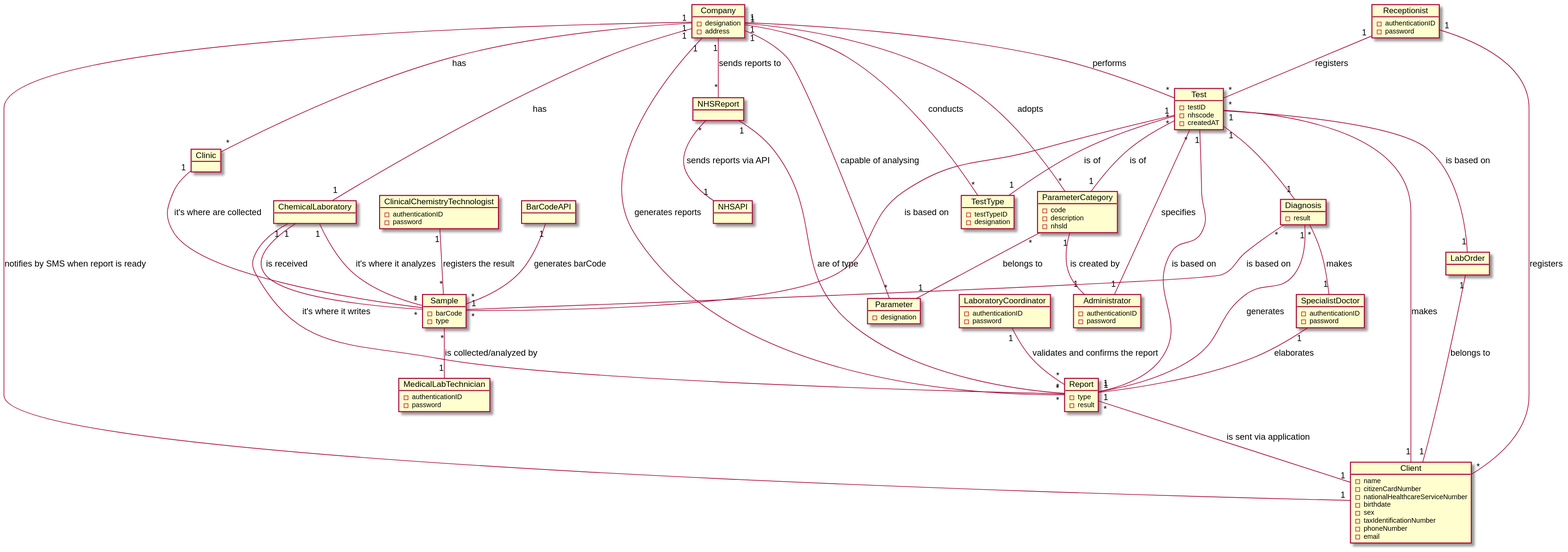
Earlier version of the PlantUML export docs/SprintB/domainModel.svg (jsmarques98/LAPR2-ISEP).
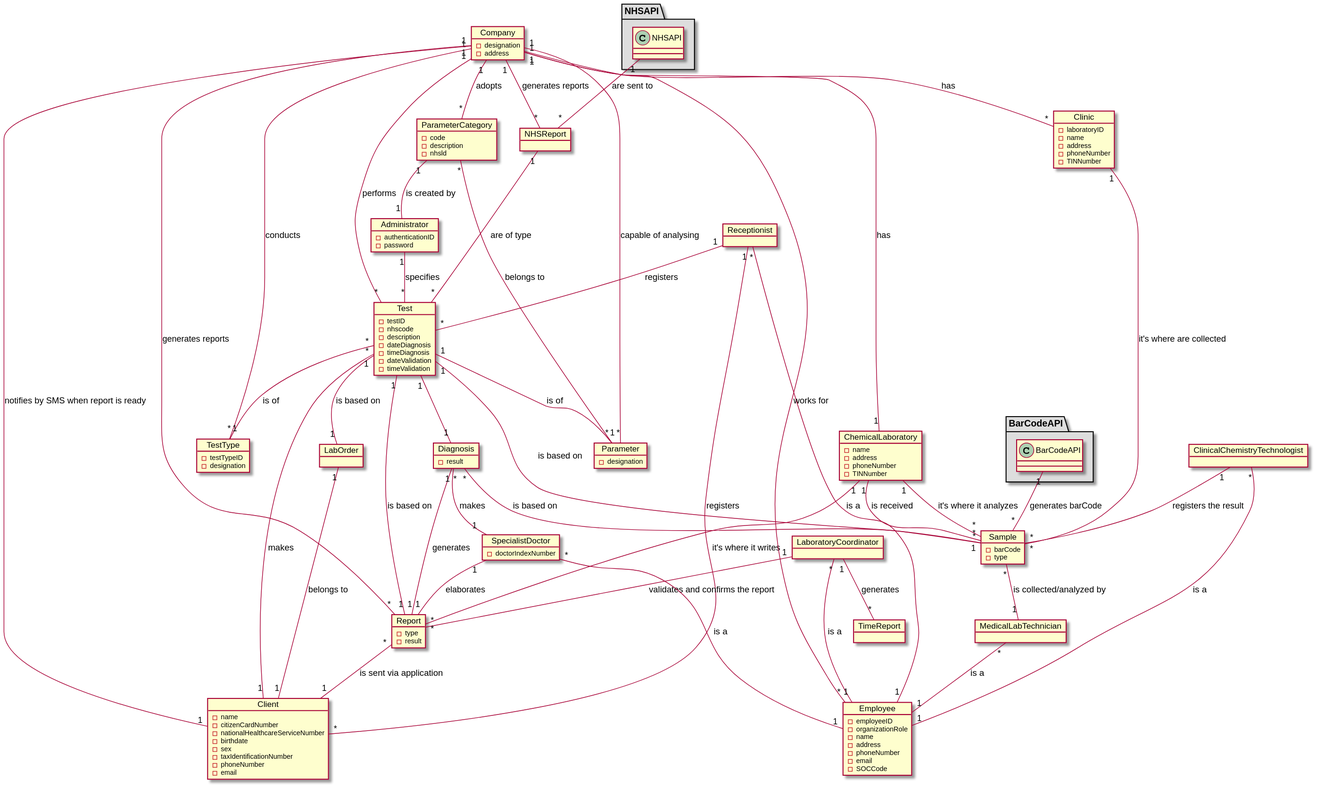
Above is the later version.

Commit message:
Sprint B review of Domain Model

Change to the diagram source:
```diff
@@ -11,11 +11,20 @@
 object Test{
 -testID
 -nhscode
--createdAT
+-description
+-dateDiagnosis
+-timeDiagnosis
+-dateValidation
+-timeValidation
 }
 
 
 object Clinic{
+-laboratoryID
+-name
+-address
+-phoneNumber
+-TINNumber
 }
 
 object Parameter{
@@ -48,20 +57,26 @@
 -result
 }
 
-object MedicalLabTechnician{
--authenticationID
--password
+
+object Employee{
+-employeeID
+-organizationRole
+-name
+-address
+-phoneNumber
+-email
+-SOCCode
 
 }
 
+object MedicalLabTechnician{
+}
+
 object SpecialistDoctor{
--authenticationID
--password
+-doctorIndexNumber
 }
 
 object LaboratoryCoordinator{
--authenticationID
--password
 
 }
 
@@ -77,17 +92,17 @@
 }
 
 object Receptionist{
--authenticationID
--password
 }
 
 object ClinicalChemistryTechnologist{
--authenticationID
--password
 
 }
 
 object ChemicalLaboratory{
+-name
+-address
+-phoneNumber
+-TINNumber
 }
 
 object TestType{
@@ -98,10 +113,15 @@
 object NHSReport{
 }
 
+
 object BarCodeAPI{
 }
 
+
 object NHSAPI{
+}
+
+object TimeReport{
 }
 
 Company "1" -- "*" TestType : conducts
@@ -116,7 +136,7 @@
 ParameterCategory "1" -- "1" Administrator : is created by
 
 Test "*" -- "1" Client : makes
-Test "*" -- "1" ParameterCategory : is of
+Test "1" -- "*" Parameter : is of
 Test "*" -- "1" TestType : is of
 Test "1" -- "1" Diagnosis
 
@@ -141,13 +161,30 @@
 Company "1" -- "1" Client : notifies by SMS when report is ready
 
 Company "1" -- "*" Report : generates reports
-NHSReport "1" -- "*" Report : are of type
-Company "1" -- "*" NHSReport : sends reports to
-NHSReport "*" -- "1" NHSAPI : sends reports via API
+NHSReport "1" -- "*" Test : are of type
+Company "1" -- "*" NHSReport : generates reports
 LabOrder "1" -- "1" Client : belongs to
 
+
+package "BarCodeAPI" #DDDDDD{
+	BarCodeAPI "1" -- "*" Sample : generates barCode
+}
+
+
+package "NHSAPI" #DDDDDD{
+	NHSAPI "1" -- "*" NHSReport : are sent to
+}
+
 Test "1" -- "1" LabOrder : is based on
-BarCodeAPI "1" -- "*" Sample : generates barCode
+
+ClinicalChemistryTechnologist "*" -- "1" Employee : is a
+LaboratoryCoordinator "*" -- "1" Employee : is a
+Receptionist "*" -- "1" Employee : is a
+SpecialistDoctor "*" -- "1" Employee : is a
+MedicalLabTechnician "*" -- "1" Employee : is a
+Employee "*" -- "1" Company : works for
+
+LaboratoryCoordinator "1" -- "*" TimeReport : generates
 
 
 @enduml
```
